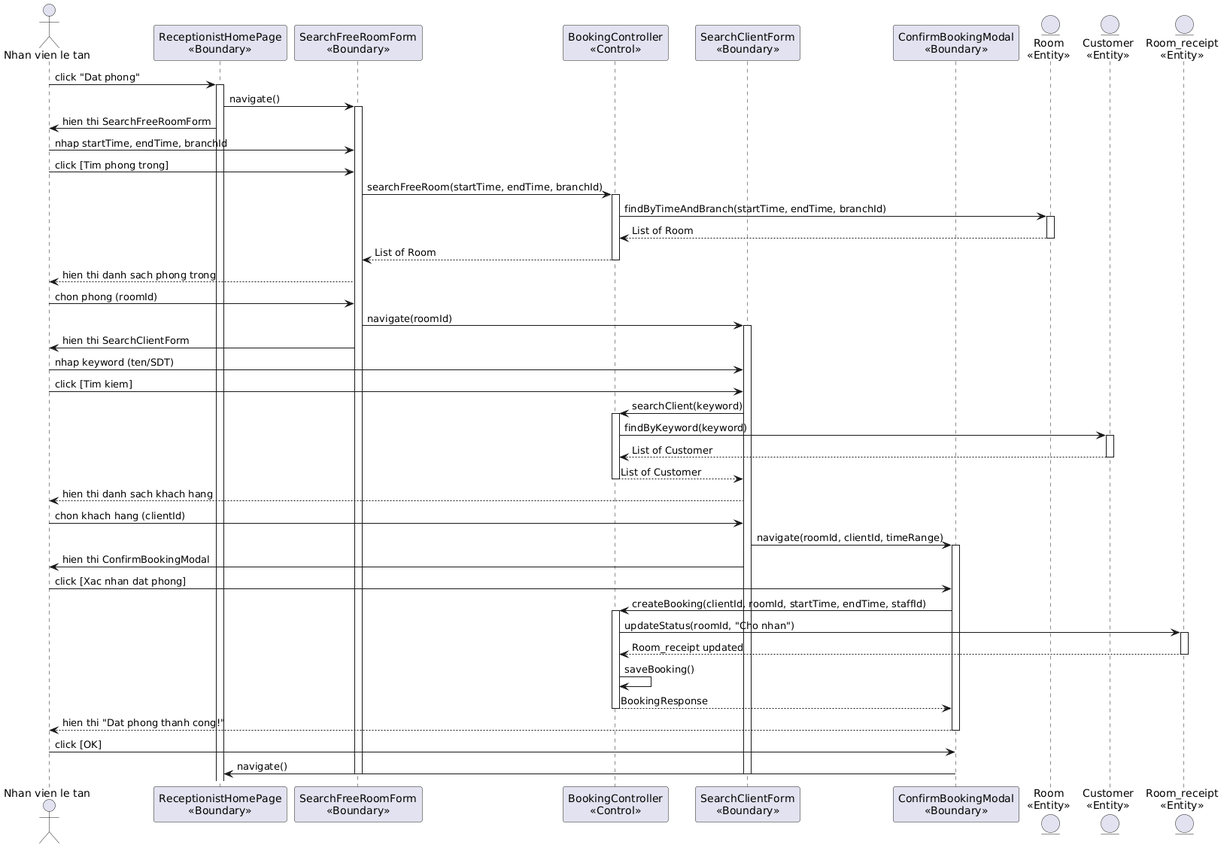
Before: output/diagrams/booking_seq_1.png, a diagram exported from PlantUML (thanhtrnnn/cnpm).
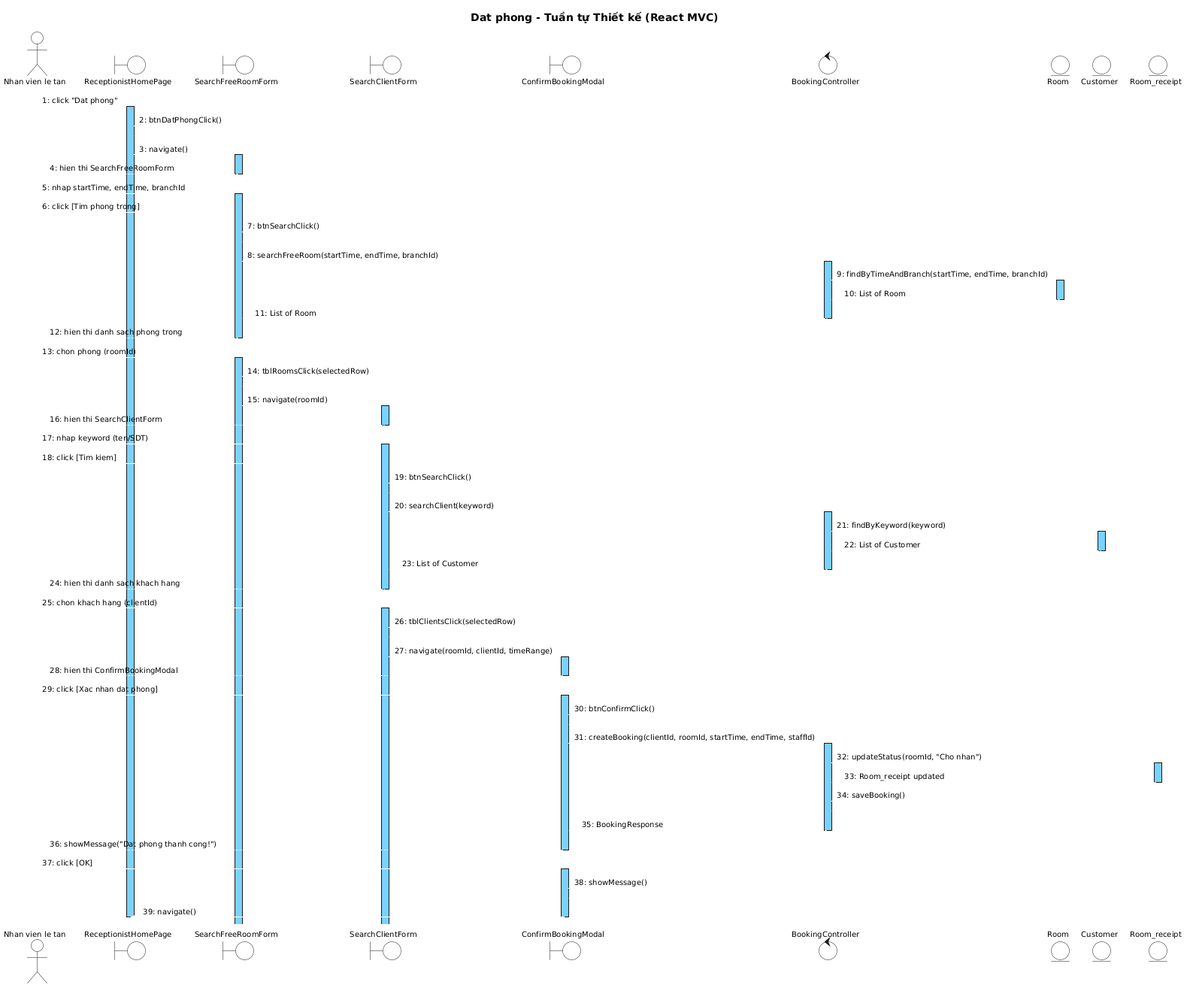
The same file after the commit.

Diff of the diagram source:
```diff
@@ -1,69 +1,111 @@
 @startuml
+skinparam shadowing false
+skinparam SequenceMessageAlign left
+skinparam SequenceLifeLineBackgroundColor #7AD2FF
+skinparam SequenceLifeLineBorderColor #000000
+
+<style>
+sequenceDiagram {
+  Shadowing 0
+  RoundCorner 0
+  FontName "Arial"
+  FontSize 10
+  FontColor #000000
+  participant { BackgroundColor #7AD2FF LineColor #000000 LineThickness 1 }
+  actor { BackgroundColor transparent LineColor #000000 }
+  boundary { BackgroundColor #7AD2FF LineColor #000000 }
+  control { BackgroundColor #7AD2FF LineColor #000000 }
+  entity { BackgroundColor #7AD2FF LineColor #000000 }
+  lifeline { LineColor #000000 LineStyle 5-5 }
+  arrow { LineColor #000000 LineThickness 1 FontSize 10 }
+}
+</style>
+
+title Dat phong - Tuần tự Thiết kế (React MVC)
+
 actor "Nhan vien le tan" as NV
-participant "ReceptionistHomePage\n<<Boundary>>" as Home
-participant "SearchFreeRoomForm\n<<Boundary>>" as SearchRoom
-participant "BookingController\n<<Control>>" as Ctrl
-participant "SearchClientForm\n<<Boundary>>" as SearchClient
-participant "ConfirmBookingModal\n<<Boundary>>" as Confirm
-entity "Room\n<<Entity>>" as Room
-entity "Customer\n<<Entity>>" as Cust
-entity "Room_receipt\n<<Entity>>" as RR
+boundary ReceptionistHomePage
+boundary SearchFreeRoomForm
+boundary SearchClientForm
+boundary ConfirmBookingModal
+control BookingController
+entity Room
+entity Customer
+entity Room_receipt
 
-NV -> Home: click "Dat phong"
-activate Home
-Home -> SearchRoom: navigate()
-activate SearchRoom
-Home -> NV: hien thi SearchFreeRoomForm
+NV -> ReceptionistHomePage : 1: click "Dat phong"
+activate ReceptionistHomePage
+ReceptionistHomePage -> ReceptionistHomePage : 2: btnDatPhongClick()
+ReceptionistHomePage -> SearchFreeRoomForm : 3: navigate()
+activate SearchFreeRoomForm
+SearchFreeRoomForm --> NV : 4: hien thi SearchFreeRoomForm
+deactivate SearchFreeRoomForm
 
-NV -> SearchRoom: nhap startTime, endTime, branchId
-NV -> SearchRoom: click [Tim phong trong]
-SearchRoom -> Ctrl: searchFreeRoom(startTime, endTime, branchId)
-activate Ctrl
-Ctrl -> Room: findByTimeAndBranch(startTime, endTime, branchId)
+NV -> SearchFreeRoomForm : 5: nhap startTime, endTime, branchId
+activate SearchFreeRoomForm
+NV -> SearchFreeRoomForm : 6: click [Tim phong trong]
+SearchFreeRoomForm -> SearchFreeRoomForm : 7: btnSearchClick()
+SearchFreeRoomForm -> BookingController : 8: searchFreeRoom(startTime, endTime, branchId)
+activate BookingController
+BookingController -> Room : 9: findByTimeAndBranch(startTime, endTime, branchId)
 activate Room
-Room --> Ctrl: List of Room
+Room --> BookingController : 10: List of Room
 deactivate Room
-Ctrl --> SearchRoom: List of Room
-deactivate Ctrl
-SearchRoom --> NV: hien thi danh sach phong trong
+BookingController --> SearchFreeRoomForm : 11: List of Room
+deactivate BookingController
+SearchFreeRoomForm --> NV : 12: hien thi danh sach phong trong
+deactivate SearchFreeRoomForm
 
-NV -> SearchRoom: chon phong (roomId)
-SearchRoom -> SearchClient: navigate(roomId)
-activate SearchClient
-SearchRoom -> NV: hien thi SearchClientForm
+NV -> SearchFreeRoomForm : 13: chon phong (roomId)
+activate SearchFreeRoomForm
+SearchFreeRoomForm -> SearchFreeRoomForm : 14: tblRoomsClick(selectedRow)
+SearchFreeRoomForm -> SearchClientForm : 15: navigate(roomId)
+activate SearchClientForm
+SearchClientForm --> NV : 16: hien thi SearchClientForm
+deactivate SearchClientForm
 
-NV -> SearchClient: nhap keyword (ten/SDT)
-NV -> SearchClient: click [Tim kiem]
-SearchClient -> Ctrl: searchClient(keyword)
-activate Ctrl
-Ctrl -> Cust: findByKeyword(keyword)
-activate Cust
-Cust --> Ctrl: List of Customer
-deactivate Cust
-Ctrl --> SearchClient: List of Customer
-deactivate Ctrl
-SearchClient --> NV: hien thi danh sach khach hang
+NV -> SearchClientForm : 17: nhap keyword (ten/SDT)
+activate SearchClientForm
+NV -> SearchClientForm : 18: click [Tim kiem]
+SearchClientForm -> SearchClientForm : 19: btnSearchClick()
+SearchClientForm -> BookingController : 20: searchClient(keyword)
+activate BookingController
+BookingController -> Customer : 21: findByKeyword(keyword)
+activate Customer
+Customer --> BookingController : 22: List of Customer
+deactivate Customer
+BookingController --> SearchClientForm : 23: List of Customer
+deactivate BookingController
+SearchClientForm --> NV : 24: hien thi danh sach khach hang
+deactivate SearchClientForm
 
-NV -> SearchClient: chon khach hang (clientId)
-SearchClient -> Confirm: navigate(roomId, clientId, timeRange)
-activate Confirm
-SearchClient -> NV: hien thi ConfirmBookingModal
+NV -> SearchClientForm : 25: chon khach hang (clientId)
+activate SearchClientForm
+SearchClientForm -> SearchClientForm : 26: tblClientsClick(selectedRow)
+SearchClientForm -> ConfirmBookingModal : 27: navigate(roomId, clientId, timeRange)
+activate ConfirmBookingModal
+ConfirmBookingModal --> NV : 28: hien thi ConfirmBookingModal
+deactivate ConfirmBookingModal
 
-NV -> Confirm: click [Xac nhan dat phong]
-Confirm -> Ctrl: createBooking(clientId, roomId, startTime, endTime, staffId)
-activate Ctrl
-Ctrl -> RR: updateStatus(roomId, "Cho nhan")
-activate RR
-RR --> Ctrl: Room_receipt updated
-deactivate RR
-Ctrl -> Ctrl: saveBooking()
-Ctrl --> Confirm: BookingResponse
-deactivate Ctrl
-Confirm --> NV: hien thi "Dat phong thanh cong!"
-deactivate Confirm
+NV -> ConfirmBookingModal : 29: click [Xac nhan dat phong]
+activate ConfirmBookingModal
+ConfirmBookingModal -> ConfirmBookingModal : 30: btnConfirmClick()
+ConfirmBookingModal -> BookingController : 31: createBooking(clientId, roomId, startTime, endTime, staffId)
+activate BookingController
+BookingController -> Room_receipt : 32: updateStatus(roomId, "Cho nhan")
+activate Room_receipt
+Room_receipt --> BookingController : 33: Room_receipt updated
+deactivate Room_receipt
+BookingController -> BookingController : 34: saveBooking()
+BookingController --> ConfirmBookingModal : 35: BookingResponse
+deactivate BookingController
+ConfirmBookingModal --> NV : 36: showMessage("Dat phong thanh cong!")
+deactivate ConfirmBookingModal
 
-NV -> Confirm: click [OK]
-Confirm -> Home: navigate()
-deactivate SearchRoom
-deactivate SearchClient
+NV -> ConfirmBookingModal : 37: click [OK]
+activate ConfirmBookingModal
+ConfirmBookingModal -> ConfirmBookingModal : 38: showMessage()
+ConfirmBookingModal -> ReceptionistHomePage : 39: navigate()
+deactivate ConfirmBookingModal
+deactivate ReceptionistHomePage
 @enduml
```
